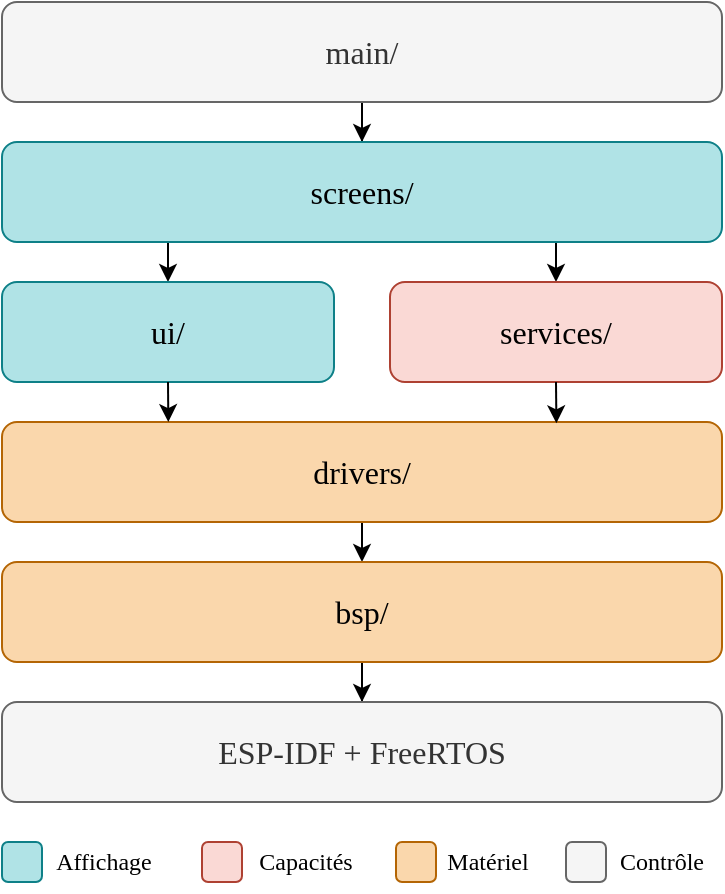
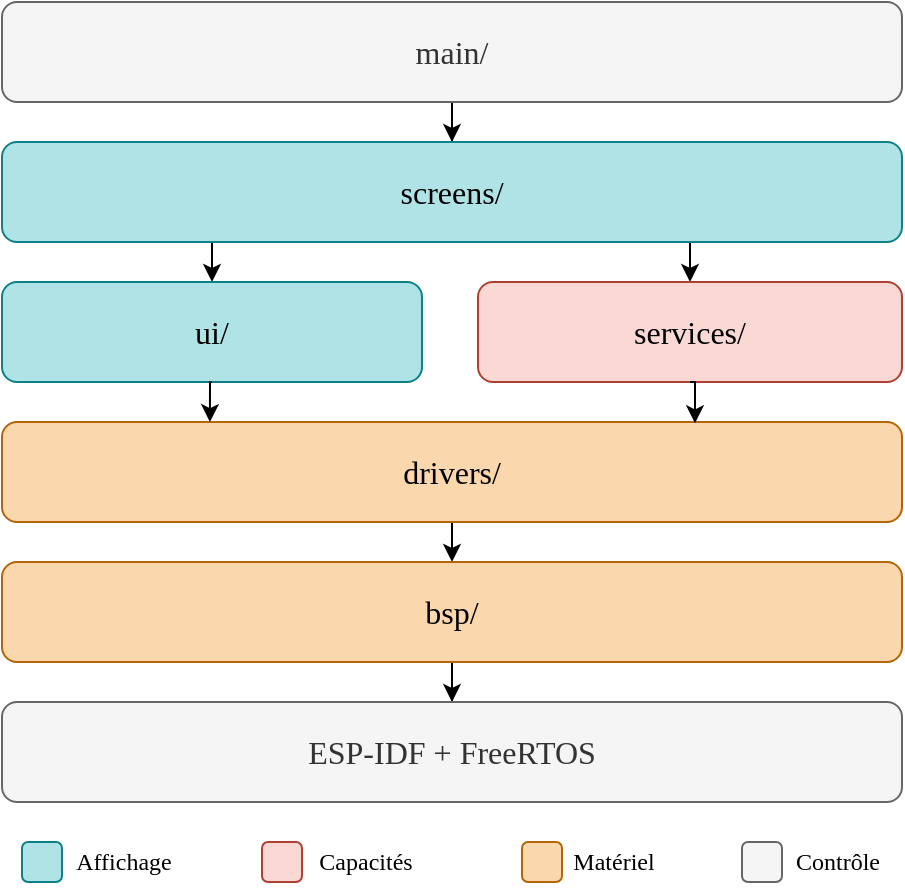
<mxfile host="app.diagrams.net">
  <diagram name="Page-1" id="dQE6izvaUrNR9RXaYa9j">
-     <mxGraphModel dx="1539" dy="701" grid="1" gridSize="10" guides="1" tooltips="1" connect="1" arrows="1" fold="1" page="1" pageScale="1" pageWidth="827" pageHeight="1169" math="0" shadow="0">
+     <mxGraphModel dx="1857" dy="846" grid="1" gridSize="10" guides="1" tooltips="1" connect="1" arrows="1" fold="1" page="1" pageScale="1" pageWidth="827" pageHeight="1169" math="0" shadow="0">
      <root>
        <mxCell id="0" />
        <mxCell id="1" parent="0" />
        <mxCell id="k2yd7xz5Cg9VK8y0KJax-11" edge="1" parent="1" source="k2yd7xz5Cg9VK8y0KJax-1" style="edgeStyle=orthogonalEdgeStyle;rounded=0;orthogonalLoop=1;jettySize=auto;html=1;entryX=0.5;entryY=0;entryDx=0;entryDy=0;" target="k2yd7xz5Cg9VK8y0KJax-2">
          <mxGeometry relative="1" as="geometry" />
        </mxCell>
        <mxCell id="k2yd7xz5Cg9VK8y0KJax-1" parent="1" style="rounded=1;whiteSpace=wrap;html=1;fillColor=#f5f5f5;fontColor=#333333;strokeColor=#666666;" value="&lt;font face=&quot;Verdana&quot; style=&quot;font-size: 16px;&quot;&gt;main/&lt;/font&gt;" vertex="1">
-           <mxGeometry height="50" width="360" x="234" y="370" as="geometry" />
+           <mxGeometry height="50" width="450" x="190" y="370" as="geometry" />
        </mxCell>
        <mxCell id="k2yd7xz5Cg9VK8y0KJax-12" edge="1" parent="1" source="k2yd7xz5Cg9VK8y0KJax-2" style="edgeStyle=orthogonalEdgeStyle;rounded=0;orthogonalLoop=1;jettySize=auto;html=1;exitX=0.25;exitY=1;exitDx=0;exitDy=0;entryX=0.5;entryY=0;entryDx=0;entryDy=0;" target="k2yd7xz5Cg9VK8y0KJax-3">
          <mxGeometry relative="1" as="geometry" />
        </mxCell>
        <mxCell id="k2yd7xz5Cg9VK8y0KJax-13" edge="1" parent="1" source="k2yd7xz5Cg9VK8y0KJax-2" style="edgeStyle=orthogonalEdgeStyle;rounded=0;orthogonalLoop=1;jettySize=auto;html=1;exitX=0.75;exitY=1;exitDx=0;exitDy=0;entryX=0.5;entryY=0;entryDx=0;entryDy=0;" target="k2yd7xz5Cg9VK8y0KJax-6">
          <mxGeometry relative="1" as="geometry" />
        </mxCell>
        <mxCell id="k2yd7xz5Cg9VK8y0KJax-2" parent="1" style="rounded=1;whiteSpace=wrap;html=1;fillColor=#b0e3e6;strokeColor=#0e8088;" value="&lt;font face=&quot;Verdana&quot; style=&quot;font-size: 16px;&quot;&gt;screens/&lt;/font&gt;" vertex="1">
-           <mxGeometry height="50" width="360" x="234" y="440" as="geometry" />
+           <mxGeometry height="50" width="450" x="190" y="440" as="geometry" />
        </mxCell>
        <mxCell id="k2yd7xz5Cg9VK8y0KJax-3" parent="1" style="rounded=1;whiteSpace=wrap;html=1;fillColor=#b0e3e6;strokeColor=#0e8088;" value="&lt;font face=&quot;Verdana&quot; style=&quot;font-size: 16px;&quot;&gt;ui/&lt;/font&gt;" vertex="1">
-           <mxGeometry height="50" width="166" x="234" y="510" as="geometry" />
+           <mxGeometry height="50" width="210" x="190" y="510" as="geometry" />
        </mxCell>
        <mxCell id="k2yd7xz5Cg9VK8y0KJax-16" edge="1" parent="1" source="k2yd7xz5Cg9VK8y0KJax-4" style="edgeStyle=orthogonalEdgeStyle;rounded=0;orthogonalLoop=1;jettySize=auto;html=1;exitX=0.5;exitY=1;exitDx=0;exitDy=0;entryX=0.5;entryY=0;entryDx=0;entryDy=0;" target="k2yd7xz5Cg9VK8y0KJax-8">
          <mxGeometry relative="1" as="geometry" />
        </mxCell>
        <mxCell id="k2yd7xz5Cg9VK8y0KJax-4" parent="1" style="rounded=1;whiteSpace=wrap;html=1;fillColor=#fad7ac;strokeColor=#b46504;" value="&lt;font face=&quot;Verdana&quot; style=&quot;font-size: 16px;&quot;&gt;drivers/&lt;/font&gt;" vertex="1">
-           <mxGeometry height="50" width="360" x="234" y="580" as="geometry" />
+           <mxGeometry height="50" width="450" x="190" y="580" as="geometry" />
        </mxCell>
        <mxCell id="k2yd7xz5Cg9VK8y0KJax-6" parent="1" style="rounded=1;whiteSpace=wrap;html=1;fillColor=#fad9d5;strokeColor=#ae4132;" value="&lt;font face=&quot;Verdana&quot; style=&quot;font-size: 16px;&quot;&gt;services/&lt;/font&gt;" vertex="1">
-           <mxGeometry height="50" width="166" x="428" y="510" as="geometry" />
+           <mxGeometry height="50" width="212" x="428" y="510" as="geometry" />
        </mxCell>
        <mxCell id="k2yd7xz5Cg9VK8y0KJax-17" edge="1" parent="1" source="k2yd7xz5Cg9VK8y0KJax-8" style="edgeStyle=orthogonalEdgeStyle;rounded=0;orthogonalLoop=1;jettySize=auto;html=1;" target="k2yd7xz5Cg9VK8y0KJax-9" value="">
          <mxGeometry relative="1" as="geometry" />
        </mxCell>
        <mxCell id="k2yd7xz5Cg9VK8y0KJax-8" parent="1" style="rounded=1;whiteSpace=wrap;html=1;fillColor=#fad7ac;strokeColor=#b46504;" value="&lt;div&gt;&lt;font face=&quot;Verdana&quot; style=&quot;font-size: 16px;&quot;&gt;bsp/&lt;/font&gt;&lt;/div&gt;" vertex="1">
-           <mxGeometry height="50" width="360" x="234" y="650" as="geometry" />
+           <mxGeometry height="50" width="450" x="190" y="650" as="geometry" />
        </mxCell>
        <mxCell id="k2yd7xz5Cg9VK8y0KJax-9" parent="1" style="rounded=1;whiteSpace=wrap;html=1;fillColor=#f5f5f5;fontColor=#333333;strokeColor=#666666;" value="&lt;div&gt;&lt;font face=&quot;Verdana&quot; style=&quot;font-size: 16px;&quot;&gt;ESP-IDF + FreeRTOS&lt;/font&gt;&lt;/div&gt;" vertex="1">
-           <mxGeometry height="50" width="360" x="234" y="720" as="geometry" />
+           <mxGeometry height="50" width="450" x="190" y="720" as="geometry" />
        </mxCell>
        <mxCell id="k2yd7xz5Cg9VK8y0KJax-14" edge="1" parent="1" source="k2yd7xz5Cg9VK8y0KJax-3" style="edgeStyle=orthogonalEdgeStyle;rounded=0;orthogonalLoop=1;jettySize=auto;html=1;exitX=0.5;exitY=1;exitDx=0;exitDy=0;entryX=0.231;entryY=0.001;entryDx=0;entryDy=0;entryPerimeter=0;" target="k2yd7xz5Cg9VK8y0KJax-4">
          <mxGeometry relative="1" as="geometry" />
        </mxCell>
        <mxCell id="k2yd7xz5Cg9VK8y0KJax-15" edge="1" parent="1" source="k2yd7xz5Cg9VK8y0KJax-6" style="edgeStyle=orthogonalEdgeStyle;rounded=0;orthogonalLoop=1;jettySize=auto;html=1;exitX=0.5;exitY=1;exitDx=0;exitDy=0;entryX=0.77;entryY=0.013;entryDx=0;entryDy=0;entryPerimeter=0;" target="k2yd7xz5Cg9VK8y0KJax-4">
          <mxGeometry relative="1" as="geometry" />
        </mxCell>
        <mxCell id="k2yd7xz5Cg9VK8y0KJax-18" parent="1" style="rounded=1;whiteSpace=wrap;html=1;strokeWidth=1;fillColor=#b0e3e6;strokeColor=#0e8088;" value="" vertex="1">
-           <mxGeometry height="20" width="20" x="234" y="790" as="geometry" />
+           <mxGeometry height="20" width="20" x="200" y="790" as="geometry" />
        </mxCell>
        <mxCell id="k2yd7xz5Cg9VK8y0KJax-20" parent="1" style="text;html=1;whiteSpace=wrap;strokeColor=none;fillColor=none;align=center;verticalAlign=middle;rounded=0;fontFamily=Verdana;" value="Affichage" vertex="1">
-           <mxGeometry height="30" width="60" x="255" y="785" as="geometry" />
+           <mxGeometry height="30" width="60" x="221" y="785" as="geometry" />
        </mxCell>
        <mxCell id="k2yd7xz5Cg9VK8y0KJax-21" parent="1" style="rounded=1;whiteSpace=wrap;html=1;strokeWidth=1;fillColor=#fad9d5;strokeColor=#ae4132;" value="" vertex="1">
-           <mxGeometry height="20" width="20" x="334" y="790" as="geometry" />
+           <mxGeometry height="20" width="20" x="320" y="790" as="geometry" />
        </mxCell>
        <mxCell id="k2yd7xz5Cg9VK8y0KJax-22" parent="1" style="text;html=1;whiteSpace=wrap;strokeColor=none;fillColor=none;align=center;verticalAlign=middle;rounded=0;fontFamily=Verdana;" value="Capacités" vertex="1">
-           <mxGeometry height="30" width="60" x="356" y="785" as="geometry" />
+           <mxGeometry height="30" width="60" x="342" y="785" as="geometry" />
        </mxCell>
        <mxCell id="k2yd7xz5Cg9VK8y0KJax-24" parent="1" style="rounded=1;whiteSpace=wrap;html=1;strokeWidth=1;fillColor=#fad7ac;strokeColor=#b46504;" value="" vertex="1">
-           <mxGeometry height="20" width="20" x="431" y="790" as="geometry" />
+           <mxGeometry height="20" width="20" x="450" y="790" as="geometry" />
        </mxCell>
        <mxCell id="k2yd7xz5Cg9VK8y0KJax-25" parent="1" style="text;html=1;whiteSpace=wrap;strokeColor=none;fillColor=none;align=center;verticalAlign=middle;rounded=0;fontFamily=Verdana;" value="Matériel" vertex="1">
-           <mxGeometry height="30" width="60" x="447" y="785" as="geometry" />
+           <mxGeometry height="30" width="60" x="466" y="785" as="geometry" />
        </mxCell>
        <mxCell id="k2yd7xz5Cg9VK8y0KJax-26" parent="1" style="rounded=1;whiteSpace=wrap;html=1;strokeWidth=1;fillColor=#f5f5f5;strokeColor=#666666;fontColor=#333333;" value="" vertex="1">
-           <mxGeometry height="20" width="20" x="516" y="790" as="geometry" />
+           <mxGeometry height="20" width="20" x="560" y="790" as="geometry" />
        </mxCell>
        <mxCell id="k2yd7xz5Cg9VK8y0KJax-27" parent="1" style="text;html=1;whiteSpace=wrap;strokeColor=none;fillColor=none;align=center;verticalAlign=middle;rounded=0;fontFamily=Verdana;" value="Contrôle" vertex="1">
-           <mxGeometry height="30" width="60" x="534" y="785" as="geometry" />
+           <mxGeometry height="30" width="60" x="578" y="785" as="geometry" />
        </mxCell>
      </root>
    </mxGraphModel>
  </diagram>
</mxfile>
